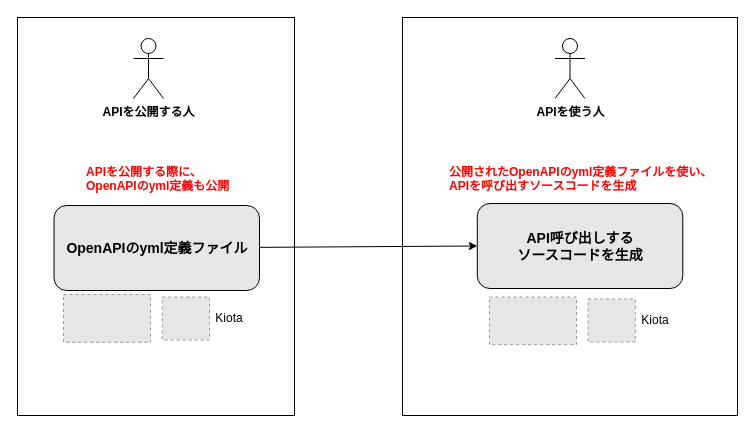
Earlier version of the draw.io diagram draw/intro-openapi-kiota/kiota.drawio (nomhiro/zenn-blog). Source tidied: cells renumbered, new cells numbered last; positions are measured from the earlier drawing's top-left corner, leaving out a move shared by most shapes. Both pictures are drawn from the tidied source at 100%, with x=0, y=0 at pixel (17, 17). Pictures stored in the file or linked from it are replaced by grey dashed boxes.
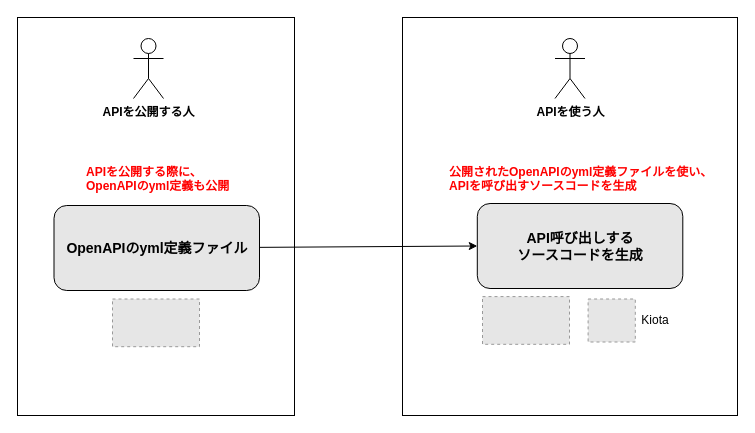
Above is the later version.

What changed in the source:
```diff
@@
 <mxGraphModel background="#ffffff">
   <root>
     <mxCell id="0" />
     <mxCell id="1" parent="0" />
     <mxCell id="2" style="rounded=0;whiteSpace=wrap;html=1;fontSize=14;fontColor=#FF0000;fillColor=none;" parent="1" vertex="1">
       <mxGeometry x="385" width="335" height="398" as="geometry" />
     </mxCell>
     <mxCell id="3" style="rounded=0;whiteSpace=wrap;html=1;fontSize=14;fontColor=#FF0000;fillColor=none;" parent="1" vertex="1">
       <mxGeometry width="277" height="398" as="geometry" />
     </mxCell>
     <mxCell id="4" style="edgeStyle=none;html=1;entryX=0;entryY=0.5;entryDx=0;entryDy=0;fontSize=14;fontColor=#FF0000;" parent="1" edge="1" source="5" target="12">
       <mxGeometry relative="1" as="geometry" />
     </mxCell>
     <mxCell id="5" value="OpenAPIのyml定義ファイル" style="rounded=1;whiteSpace=wrap;html=1;fillColor=#E6E6E6;fontSize=14;fontStyle=1;" parent="1" vertex="1">
       <mxGeometry x="36.5" y="188" width="205.5" height="85" as="geometry" />
     </mxCell>
     <mxCell id="6" value="APIを公開する人" style="shape=umlActor;verticalLabelPosition=bottom;verticalAlign=top;html=1;fontStyle=1;" parent="1" vertex="1">
       <mxGeometry x="116" y="21" width="30" height="60" as="geometry" />
     </mxCell>
     <mxCell id="7" value="APIを使う人" style="shape=umlActor;verticalLabelPosition=bottom;verticalAlign=top;html=1;fontStyle=1;" parent="1" vertex="1">
       <mxGeometry x="537.5" y="21" width="30" height="60" as="geometry" />
     </mxCell>
-    <mxCell id="8" style="group;" parent="1" vertex="1">
-      <mxGeometry x="144.8" y="279.5" width="97.2" height="43" as="geometry" />
-    </mxCell>
-    <mxCell id="9" style="fillColor=#E6E6E6;strokeColor=#999999;dashed=1;verticalLabelPosition=bottom;labelBackgroundColor=default;verticalAlign=top;" parent="8" vertex="1">
-      <mxGeometry width="47.2" height="43" as="geometry" />
-    </mxCell>
-    <mxCell id="10" value="Kiota" style="text;html=1;strokeColor=none;fillColor=none;align=center;verticalAlign=middle;whiteSpace=wrap;rounded=0;" parent="8" vertex="1">
-      <mxGeometry x="37.2" y="6.5" width="60" height="30" as="geometry" />
-    </mxCell>
     <mxCell id="11" value="&lt;span style=&quot;font-family: Helvetica; font-size: 12px; font-style: normal; font-variant-ligatures: normal; font-variant-caps: normal; letter-spacing: normal; orphans: 2; text-align: center; text-indent: 0px; text-transform: none; widows: 2; word-spacing: 0px; -webkit-text-stroke-width: 0px; background-color: rgb(255, 255, 255); text-decoration-thickness: initial; text-decoration-style: initial; text-decoration-color: initial; float: none; display: inline !important;&quot;&gt;APIを公開する際に、OpenAPIのyml定義も公開&lt;/span&gt;" style="text;whiteSpace=wrap;html=1;fontColor=#FF0000;fontStyle=1;" parent="1" vertex="1">
       <mxGeometry x="67" y="141" width="150" height="36" as="geometry" />
     </mxCell>
     <mxCell id="12" value="API呼び出しする&lt;br&gt;ソースコードを生成" style="rounded=1;whiteSpace=wrap;html=1;fillColor=#E6E6E6;fontSize=14;fontStyle=1;" parent="1" vertex="1">
       <mxGeometry x="459.8" y="186" width="205.5" height="85" as="geometry" />
     </mxCell>
     <mxCell id="13" style="group;" parent="1" vertex="1">
       <mxGeometry x="570.6" y="281.5" width="97.2" height="43" as="geometry" />
     </mxCell>
     <mxCell id="14" style="fillColor=#E6E6E6;strokeColor=#999999;dashed=1;verticalLabelPosition=bottom;labelBackgroundColor=default;verticalAlign=top;" parent="13" vertex="1">
       <mxGeometry width="47.2" height="43" as="geometry" />
     </mxCell>
     <mxCell id="15" value="Kiota" style="text;html=1;strokeColor=none;fillColor=none;align=center;verticalAlign=middle;whiteSpace=wrap;rounded=0;" parent="13" vertex="1">
       <mxGeometry x="37.2" y="6.5" width="60" height="30" as="geometry" />
     </mxCell>
     <mxCell id="16" value="&lt;span style=&quot;font-family: Helvetica; font-size: 12px; font-style: normal; font-variant-ligatures: normal; font-variant-caps: normal; letter-spacing: normal; orphans: 2; text-align: center; text-indent: 0px; text-transform: none; widows: 2; word-spacing: 0px; -webkit-text-stroke-width: 0px; background-color: rgb(255, 255, 255); text-decoration-thickness: initial; text-decoration-style: initial; text-decoration-color: initial; float: none; display: inline !important;&quot;&gt;公開されたOpenAPIのyml定義ファイルを使い、&lt;br&gt;APIを呼び出すソースコードを生成&lt;/span&gt;" style="text;whiteSpace=wrap;html=1;fontColor=#FF0000;fontStyle=1;" parent="1" vertex="1">
       <mxGeometry x="429.5" y="141" width="266" height="36" as="geometry" />
     </mxCell>
     <mxCell id="17" style="fillColor=#E6E6E6;strokeColor=#999999;dashed=1;verticalLabelPosition=bottom;labelBackgroundColor=default;verticalAlign=top;" parent="1" vertex="1">
-      <mxGeometry x="46" y="277.1" width="87" height="47.7" as="geometry" />
+      <mxGeometry x="95" y="281.5" width="87" height="47.7" as="geometry" />
     </mxCell>
     <mxCell id="18" style="fillColor=#E6E6E6;strokeColor=#999999;dashed=1;verticalLabelPosition=bottom;labelBackgroundColor=default;verticalAlign=top;" parent="1" vertex="1">
-      <mxGeometry x="472" y="279.5" width="87" height="47.7" as="geometry" />
+      <mxGeometry x="465" y="279.1" width="87" height="47.7" as="geometry" />
     </mxCell>
   </root>
 </mxGraphModel>
```
